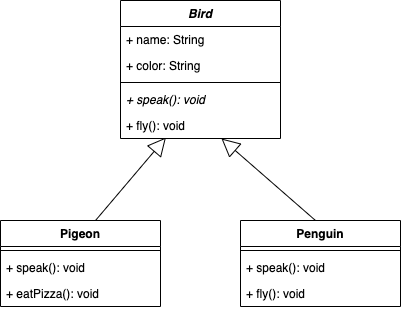
sheryjebu/introduction-to-oop keeps this draw.io diagram as solutions/activity_4_exercise_4.6.png. Above is the earlier version. Source tidied: cells renumbered, new cells last; positions are measured from the earlier drawing's top-left corner, leaving out a move shared by most shapes.
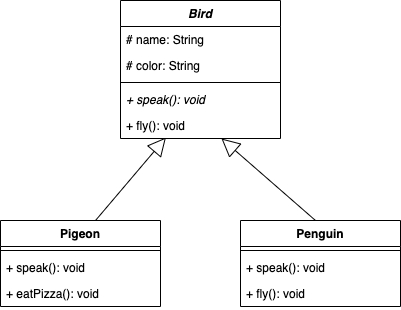
The same diagram one commit later.

The edit, as a diff of the source:
```diff
@@ -39,10 +39,10 @@
     <mxCell id="12" value="Bird" style="swimlane;fontStyle=3;align=center;verticalAlign=top;horizontal=1;startSize=26;" parent="1" vertex="1">
       <mxGeometry x="120" width="160" height="138" as="geometry" />
     </mxCell>
-    <mxCell id="13" value="+ name: String" style="text;strokeColor=none;fillColor=none;align=left;verticalAlign=top;spacingLeft=4;spacingRight=4;overflow=hidden;" parent="12" vertex="1">
+    <mxCell id="13" value="# name: String" style="text;strokeColor=none;fillColor=none;align=left;verticalAlign=top;spacingLeft=4;spacingRight=4;overflow=hidden;" parent="12" vertex="1">
       <mxGeometry y="26" width="160" height="26" as="geometry" />
     </mxCell>
-    <mxCell id="14" value="+ color: String" style="text;strokeColor=none;fillColor=none;align=left;verticalAlign=top;spacingLeft=4;spacingRight=4;overflow=hidden;" parent="12" vertex="1">
+    <mxCell id="14" value="# color: String" style="text;strokeColor=none;fillColor=none;align=left;verticalAlign=top;spacingLeft=4;spacingRight=4;overflow=hidden;" parent="12" vertex="1">
       <mxGeometry y="52" width="160" height="26" as="geometry" />
     </mxCell>
     <mxCell id="15" style="line;strokeWidth=1;fillColor=none;align=left;verticalAlign=middle;spacingTop=-1;spacingLeft=3;spacingRight=3;labelPosition=right;" parent="12" vertex="1">
```
